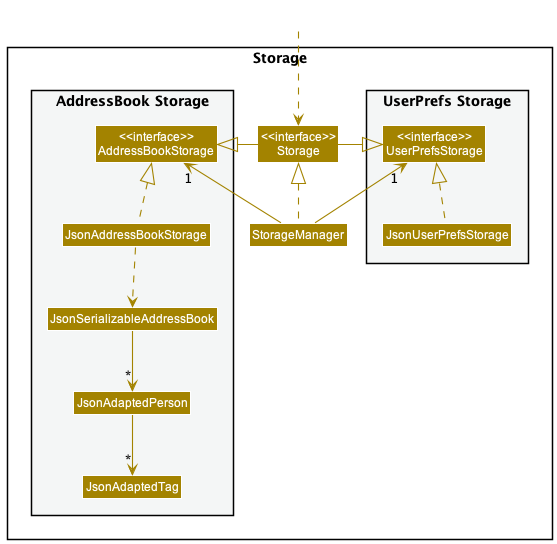
Earlier version of the PlantUML export docs/images/StorageClassDiagram.png (nus-cs2103-AY2223S2/tp).
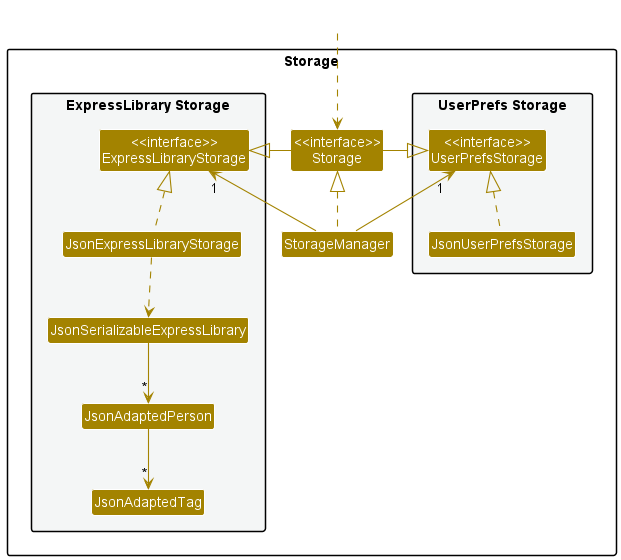
After the change.

Diff of the diagram source:
```diff
@@ -14,10 +14,10 @@
 Class "<<interface>>\nStorage" as Storage
 Class StorageManager
 
-package "AddressBook Storage" #F4F6F6{
-Class "<<interface>>\nAddressBookStorage" as AddressBookStorage
-Class JsonAddressBookStorage
-Class JsonSerializableAddressBook
+package "ExpressLibrary Storage" #F4F6F6{
+Class "<<interface>>\nExpressLibraryStorage" as ExpressLibraryStorage
+Class JsonExpressLibraryStorage
+Class JsonSerializableExpressLibrary
 Class JsonAdaptedPerson
 Class JsonAdaptedTag
 }
@@ -29,15 +29,15 @@
 
 StorageManager .up.|> Storage
 StorageManager -up-> "1" UserPrefsStorage
-StorageManager -up-> "1" AddressBookStorage
+StorageManager -up-> "1" ExpressLibraryStorage
 
 Storage -left-|> UserPrefsStorage
-Storage -right-|> AddressBookStorage
+Storage -right-|> ExpressLibraryStorage
 
 JsonUserPrefsStorage .up.|> UserPrefsStorage
-JsonAddressBookStorage .up.|> AddressBookStorage
-JsonAddressBookStorage ..> JsonSerializableAddressBook
-JsonSerializableAddressBook --> "*" JsonAdaptedPerson
+JsonExpressLibraryStorage .up.|> ExpressLibraryStorage
+JsonExpressLibraryStorage ..> JsonSerializableExpressLibrary
+JsonSerializableExpressLibrary --> "*" JsonAdaptedPerson
 JsonAdaptedPerson --> "*" JsonAdaptedTag
 
 @enduml
```
